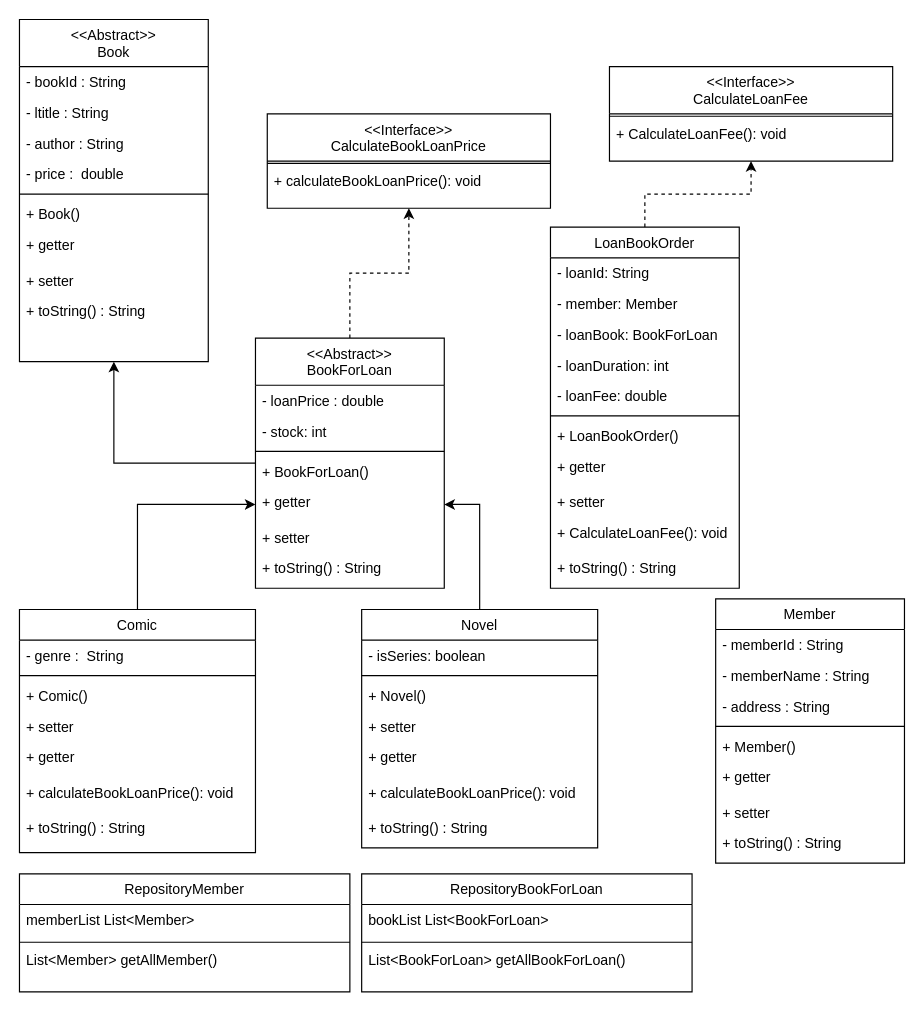
The draw.io diagram Diagram_aplikasi-rental-buku-sahrul.drawio in sahrul1610/Learning_java, before the edit. Source tidied: cells renumbered, new cells numbered last; positions are measured from the earlier drawing's top-left corner, leaving out a move shared by most shapes. Both pictures are drawn from the tidied source at 118%, with x=0, y=0 at pixel (19, 19).
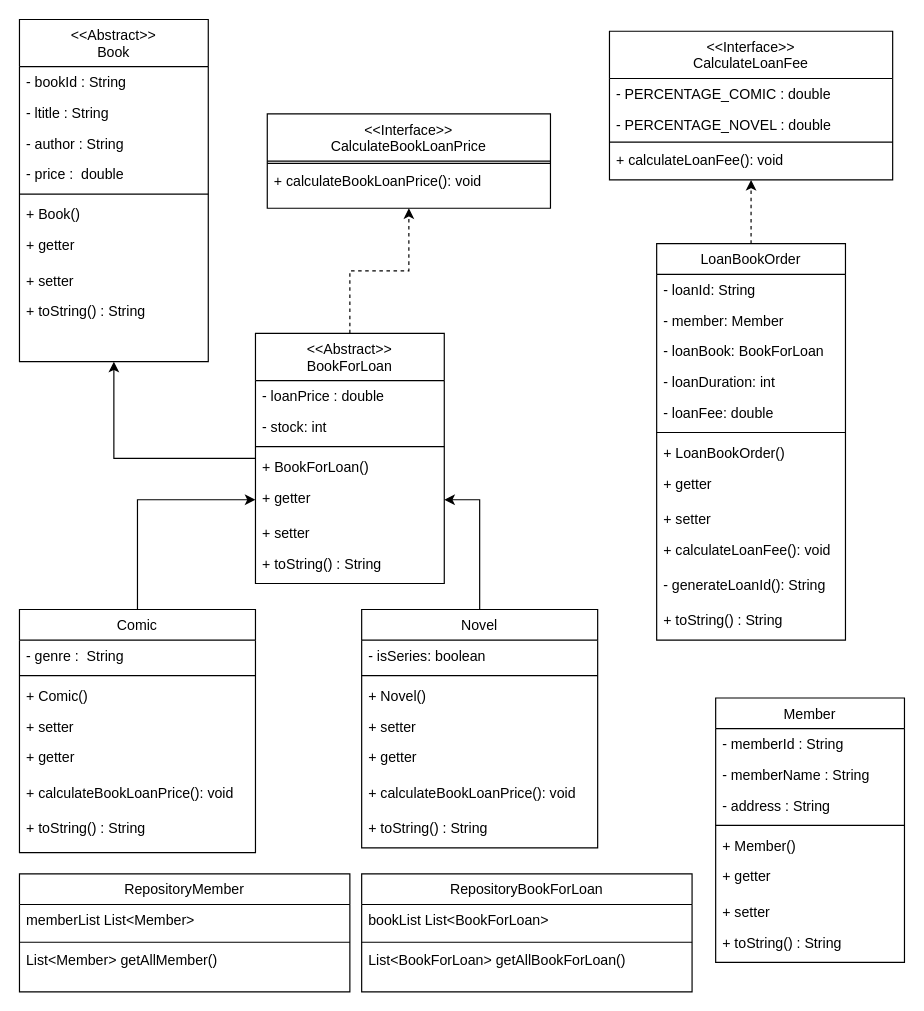
The same diagram, later.

Diff of the diagram source:
```diff
@@
     <mxCell id="14" value="&lt;&lt;Abstract&gt;&gt;&#10;BookForLoan" style="swimlane;fontStyle=0;align=center;verticalAlign=top;horizontal=1;startSize=40;rounded=0;shadow=0;strokeWidth=1;" parent="1" vertex="1">
-      <mxGeometry x="200" y="270" width="160" height="212" as="geometry" />
+      <mxGeometry x="200" y="266" width="160" height="212" as="geometry" />
     </mxCell>
@@
     <mxCell id="22" value="Member" style="swimlane;fontStyle=0;align=center;verticalAlign=top;horizontal=1;startSize=26;rounded=0;shadow=0;strokeWidth=1;" parent="1" vertex="1">
-      <mxGeometry x="590" y="491" width="160" height="224" as="geometry" />
+      <mxGeometry x="590" y="575" width="160" height="224" as="geometry" />
     </mxCell>
@@
     <mxCell id="50" value="LoanBookOrder" style="swimlane;fontStyle=0;align=center;verticalAlign=top;horizontal=1;startSize=26;rounded=0;shadow=0;strokeWidth=1;" parent="1" vertex="1">
-      <mxGeometry x="450" y="176" width="160" height="306" as="geometry" />
+      <mxGeometry x="540" y="190" width="160" height="336" as="geometry" />
     </mxCell>
@@
-    <mxCell id="60" value="+ CalculateLoanFee(): void" style="text;align=left;verticalAlign=top;spacingLeft=4;spacingRight=4;overflow=hidden;" parent="50" vertex="1">
+    <mxCell id="60" value="+ calculateLoanFee(): void" style="text;align=left;verticalAlign=top;spacingLeft=4;spacingRight=4;overflow=hidden;" parent="50" vertex="1">
       <mxGeometry y="246" width="160" height="30" as="geometry" />
     </mxCell>
+    <mxCell id="76" value="- generateLoanId(): String" style="text;align=left;verticalAlign=top;spacingLeft=4;spacingRight=4;overflow=hidden;" parent="50" vertex="1">
+      <mxGeometry y="276" width="160" height="30" as="geometry" />
+    </mxCell>
     <mxCell id="61" value="+ toString() : String" style="text;align=left;verticalAlign=top;spacingLeft=4;spacingRight=4;overflow=hidden;" parent="50" vertex="1">
-      <mxGeometry y="276" width="160" height="30" as="geometry" />
+      <mxGeometry y="306" width="160" height="30" as="geometry" />
     </mxCell>
@@
     <mxCell id="73" value="&lt;&lt;Interface&gt;&gt;&#10;CalculateLoanFee" style="swimlane;fontStyle=0;align=center;verticalAlign=top;horizontal=1;startSize=40;rounded=0;shadow=0;strokeWidth=1;" parent="1" vertex="1">
-      <mxGeometry x="500" y="40" width="240" height="80" as="geometry" />
+      <mxGeometry x="500" y="10" width="240" height="126" as="geometry" />
     </mxCell>
+    <mxCell id="77" value="- PERCENTAGE_COMIC : double" style="text;align=left;verticalAlign=top;spacingLeft=4;spacingRight=4;overflow=hidden;" parent="73" vertex="1">
+      <mxGeometry y="40" width="240" height="26" as="geometry" />
+    </mxCell>
+    <mxCell id="78" value="- PERCENTAGE_NOVEL : double" style="text;align=left;verticalAlign=top;spacingLeft=4;spacingRight=4;overflow=hidden;" parent="73" vertex="1">
+      <mxGeometry y="66" width="240" height="26" as="geometry" />
+    </mxCell>
     <mxCell id="74" style="line;html=1;strokeWidth=1;align=left;verticalAlign=middle;spacingTop=-1;spacingLeft=3;spacingRight=3;labelPosition=right;" parent="73" vertex="1">
-      <mxGeometry y="40" width="240" height="4" as="geometry" />
+      <mxGeometry y="92" width="240" height="4" as="geometry" />
     </mxCell>
-    <mxCell id="75" value="+ CalculateLoanFee(): void" style="text;align=left;verticalAlign=top;spacingLeft=4;spacingRight=4;overflow=hidden;" parent="73" vertex="1">
-      <mxGeometry y="44" width="240" height="30" as="geometry" />
+    <mxCell id="75" value="+ calculateLoanFee(): void" style="text;align=left;verticalAlign=top;spacingLeft=4;spacingRight=4;overflow=hidden;" parent="73" vertex="1">
+      <mxGeometry y="96" width="240" height="30" as="geometry" />
     </mxCell>
```
